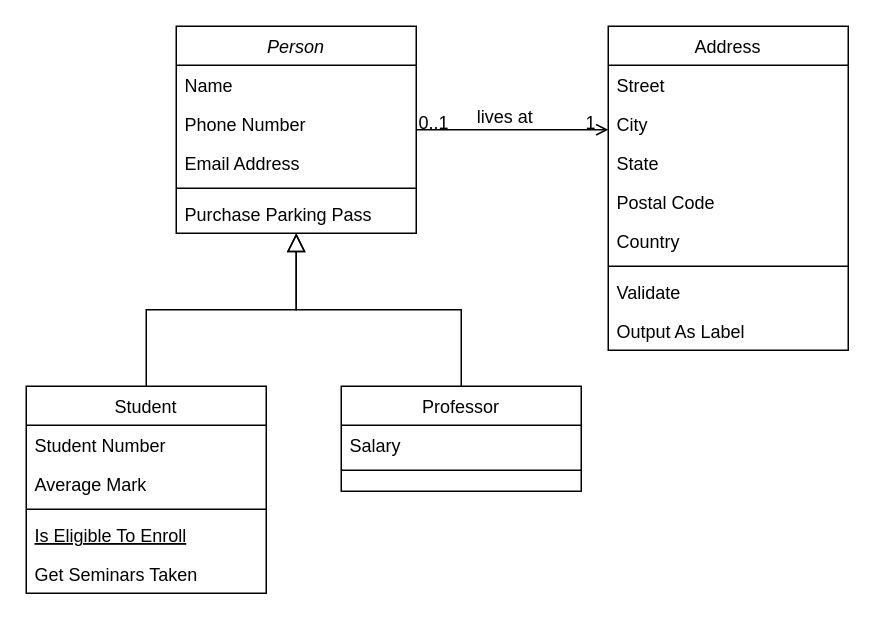
Before: Diagramme sans nom.drawio in heringo/ddvc, a draw.io diagram. Source tidied: cells renumbered, new cells numbered last; positions are measured from the earlier drawing's top-left corner, leaving out a move shared by most shapes. Both pictures are drawn from the tidied source at 150%, with x=0, y=0 at pixel (26, 26).
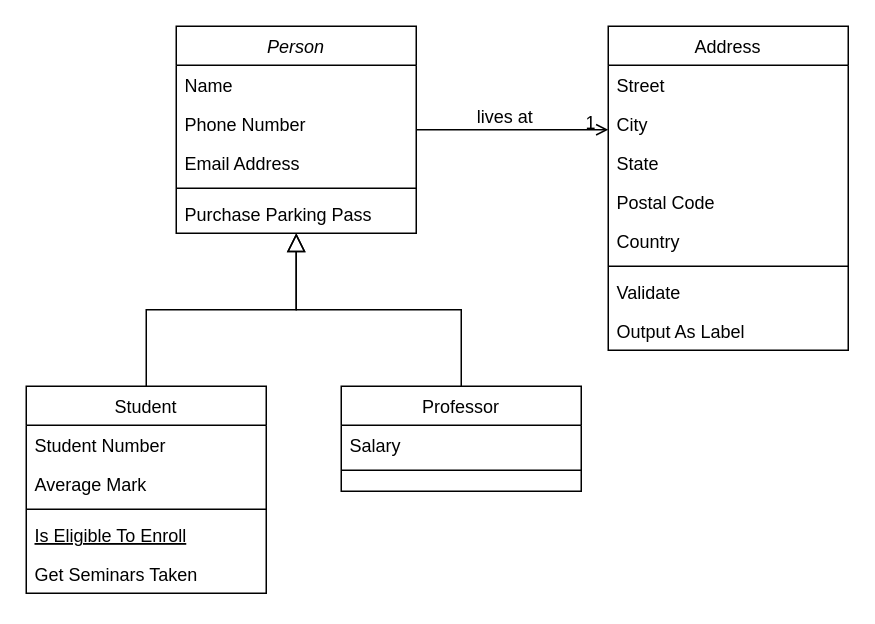
After the change.

Unchanged cells that the change refers to:
```xml
<mxCell id="28" style="endArrow=open;shadow=0;strokeWidth=1;rounded=0;curved=0;endFill=1;edgeStyle=elbowEdgeStyle;elbow=vertical;" parent="1" edge="1" source="2" target="19">
  <mxGeometry x="0.5" y="41" relative="1" as="geometry">
    <mxPoint x="-40" y="32" as="offset" />
  </mxGeometry>
</mxCell>
```

Diff of the diagram source:
```diff
@@
-    <mxCell id="29" value="0..1" style="align=left;verticalAlign=bottom;labelBackgroundColor=none;fontSize=12;" parent="28" vertex="1">
-      <mxGeometry x="-1" relative="1" as="geometry">
-        <mxPoint y="4" as="offset" />
-      </mxGeometry>
-    </mxCell>
```
